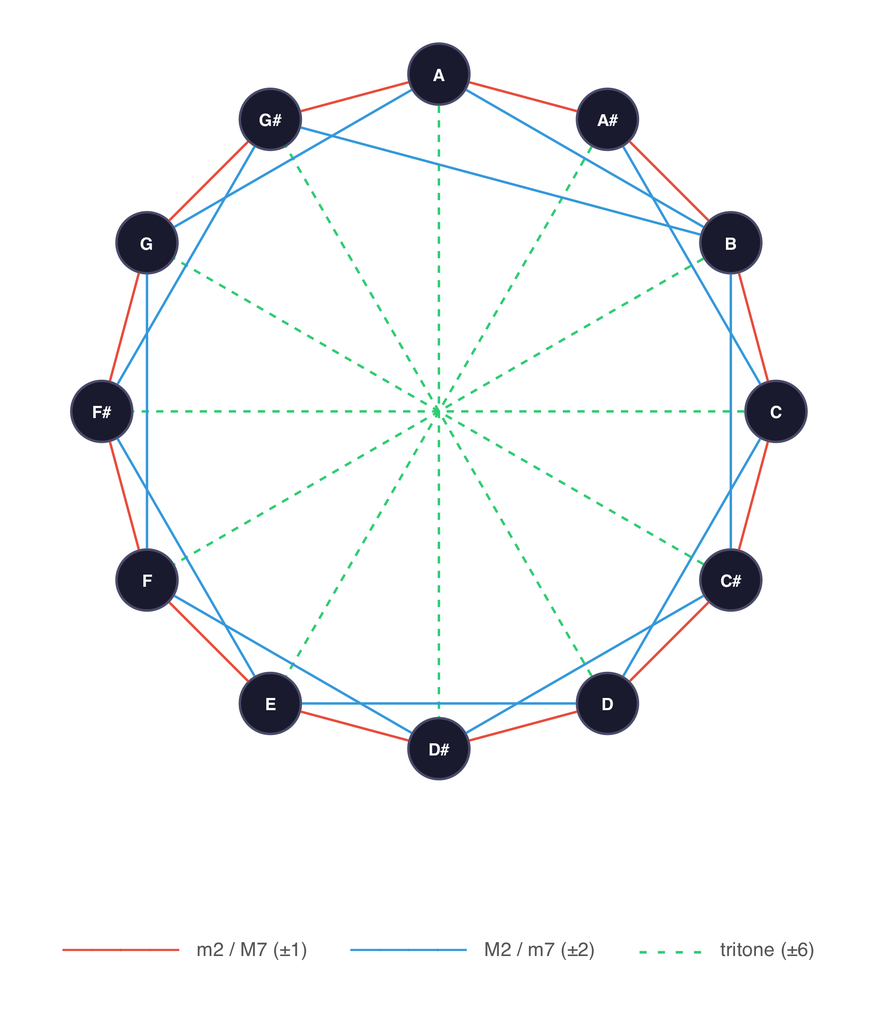
This is angry_man_successor_graph.png from vasilescur/jazz-engine, a Graphviz export, as it was before one commit. Its source is kept beside it as angry_man_successor_graph.dot.
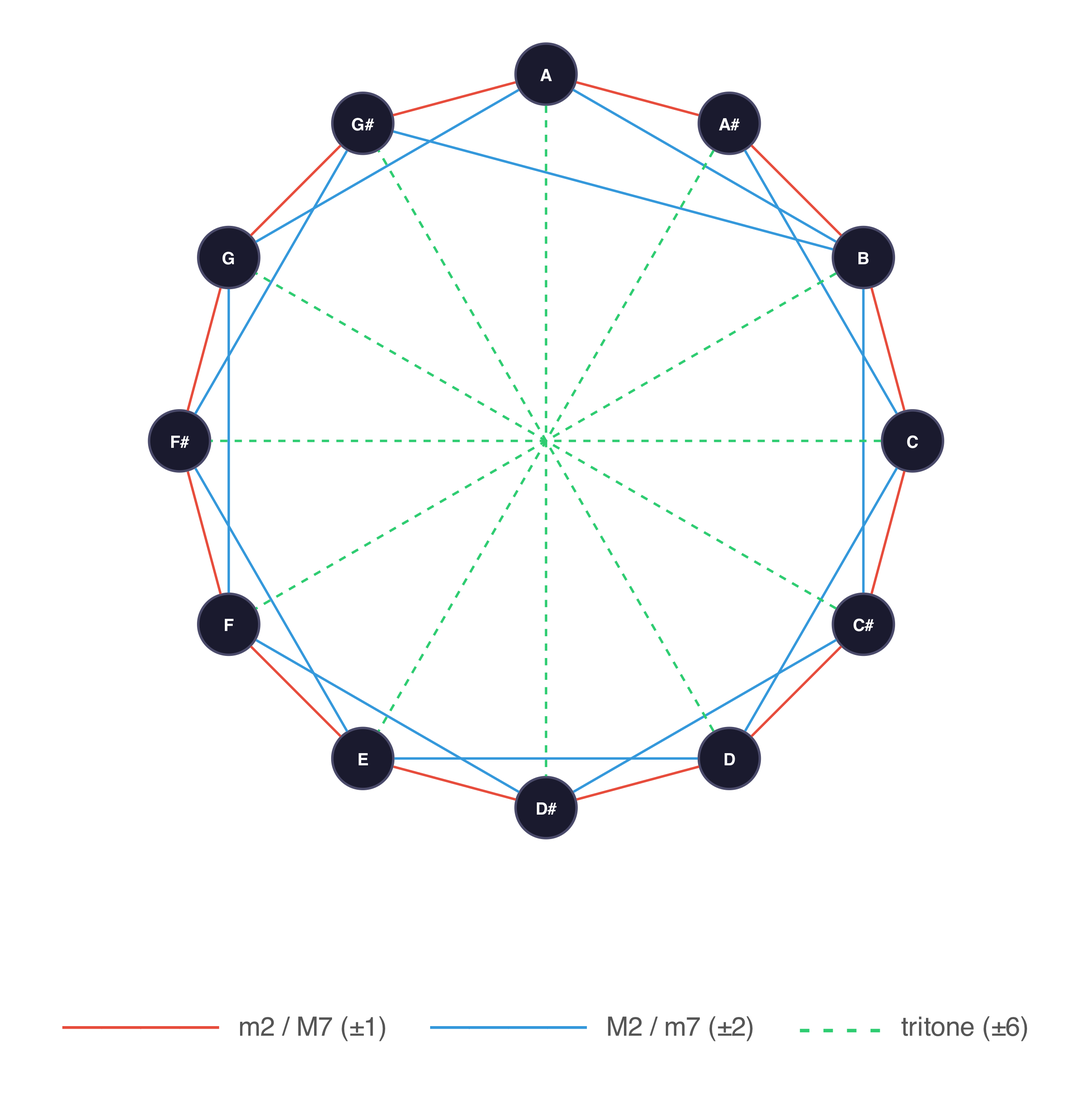
After the commit.

Commit message:
Enlarge key text in successor graph

Diff of the diagram source:
```diff
@@ -79,14 +79,14 @@
         leg_pos [pos="0.000,-3.500!", label=<
             <TABLE BORDER="0" CELLBORDER="0" CELLSPACING="6">
                 <TR>
-                    <TD><FONT COLOR="#e74c3c" POINT-SIZE="24">&#x2500;&#x2500;&#x2500;&#x2500;</FONT></TD>
-                    <TD ALIGN="LEFT"><FONT COLOR="#555555" POINT-SIZE="16"> m2 / M7 (&#xb1;1)</FONT></TD>
+                    <TD><FONT COLOR="#e74c3c" POINT-SIZE="32">&#x2500;&#x2500;&#x2500;&#x2500;</FONT></TD>
+                    <TD ALIGN="LEFT"><FONT COLOR="#555555" POINT-SIZE="22"> m2 / M7 (&#xb1;1)</FONT></TD>
                     <TD>   </TD>
-                    <TD><FONT COLOR="#3498db" POINT-SIZE="24">&#x2500;&#x2500;&#x2500;&#x2500;</FONT></TD>
-                    <TD ALIGN="LEFT"><FONT COLOR="#555555" POINT-SIZE="16"> M2 / m7 (&#xb1;2)</FONT></TD>
+                    <TD><FONT COLOR="#3498db" POINT-SIZE="32">&#x2500;&#x2500;&#x2500;&#x2500;</FONT></TD>
+                    <TD ALIGN="LEFT"><FONT COLOR="#555555" POINT-SIZE="22"> M2 / m7 (&#xb1;2)</FONT></TD>
                     <TD>   </TD>
-                    <TD><FONT COLOR="#2ecc71" POINT-SIZE="24">- - - -</FONT></TD>
-                    <TD ALIGN="LEFT"><FONT COLOR="#555555" POINT-SIZE="16"> tritone (&#xb1;6)</FONT></TD>
+                    <TD><FONT COLOR="#2ecc71" POINT-SIZE="32">- - - -</FONT></TD>
+                    <TD ALIGN="LEFT"><FONT COLOR="#555555" POINT-SIZE="22"> tritone (&#xb1;6)</FONT></TD>
                 </TR>
             </TABLE>
         >]
```
